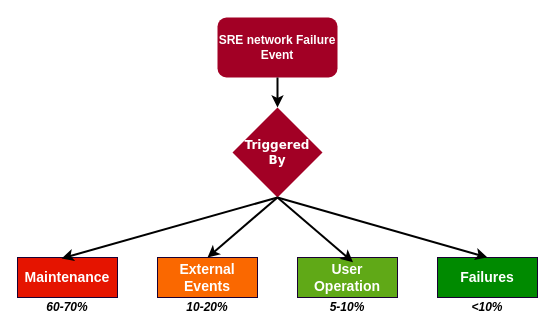
Before: network SRE event Root Cause.drawio in sugchand/drawio, a draw.io diagram. Source tidied: cells renumbered, new cells numbered last; positions are measured from the earlier drawing's top-left corner, leaving out a move shared by most shapes. Both pictures are drawn from the tidied source at 100%, with x=0, y=0 at pixel (17, 17).
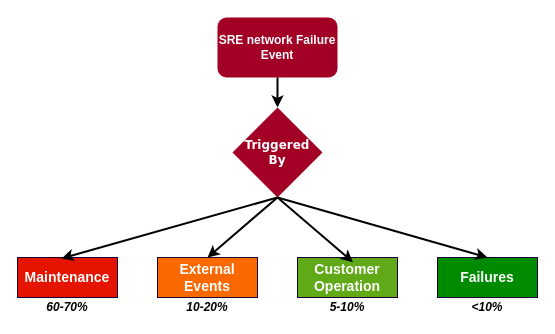
After the change.

The edit, as a diff of the source:
```diff
@@
 <mxGraphModel>
   <root>
     <mxCell id="0" />
     <mxCell id="1" parent="0" />
     <mxCell id="2" value="&lt;b&gt;SRE network Failure Event&lt;/b&gt;" style="rounded=1;whiteSpace=wrap;html=1;fillColor=#a20025;strokeColor=none;fontColor=#ffffff;" parent="1" vertex="1">
       <mxGeometry x="200" width="120" height="60" as="geometry" />
     </mxCell>
     <mxCell id="3" value="&lt;pre&gt;&lt;/pre&gt;&lt;b style=&quot;font-size: 14px&quot;&gt;&lt;p&gt;&lt;b&gt;Maintenance&lt;/b&gt;&lt;/p&gt;&lt;/b&gt;" style="rounded=0;whiteSpace=wrap;html=1;fillColor=#e51400;strokeColor=#190033;fontColor=#ffffff;align=center;" parent="1" vertex="1">
       <mxGeometry y="240" width="100" height="40" as="geometry" />
     </mxCell>
     <mxCell id="4" value="&lt;pre&gt;&lt;/pre&gt;&lt;b style=&quot;font-size: 14px&quot;&gt;&lt;p&gt;External Events&lt;/p&gt;&lt;/b&gt;" style="rounded=0;whiteSpace=wrap;html=1;fillColor=#fa6800;strokeColor=#190033;fontColor=#ffffff;align=center;" parent="1" vertex="1">
       <mxGeometry x="140" y="240" width="100" height="40" as="geometry" />
     </mxCell>
-    <mxCell id="5" value="&lt;pre&gt;&lt;/pre&gt;&lt;b style=&quot;font-size: 14px&quot;&gt;&lt;p&gt;&lt;b&gt;User Operation&lt;/b&gt;&lt;/p&gt;&lt;/b&gt;" style="rounded=0;whiteSpace=wrap;html=1;fillColor=#60a917;strokeColor=#190033;fontColor=#ffffff;align=center;" parent="1" vertex="1">
+    <mxCell id="5" value="&lt;pre&gt;&lt;/pre&gt;&lt;b style=&quot;font-size: 14px&quot;&gt;&lt;p&gt;&lt;b&gt;Customer Operation&lt;/b&gt;&lt;/p&gt;&lt;/b&gt;" style="rounded=0;whiteSpace=wrap;html=1;fillColor=#60a917;strokeColor=#190033;fontColor=#ffffff;align=center;" parent="1" vertex="1">
       <mxGeometry x="280" y="240" width="100" height="40" as="geometry" />
     </mxCell>
     <mxCell id="6" value="&lt;pre&gt;&lt;/pre&gt;&lt;b style=&quot;font-size: 14px&quot;&gt;&lt;p&gt;&lt;b&gt;Failures&lt;/b&gt;&lt;/p&gt;&lt;/b&gt;" style="rounded=0;whiteSpace=wrap;html=1;fillColor=#008a00;strokeColor=#190033;fontColor=#ffffff;align=center;" parent="1" vertex="1">
       <mxGeometry x="420" y="240" width="100" height="40" as="geometry" />
     </mxCell>
     <mxCell id="7" value="&lt;p&gt;&lt;font face=&quot;Verdana&quot;&gt;&lt;font style=&quot;font-size: 12px&quot;&gt;&lt;b&gt;Triggered&lt;br&gt;&lt;/b&gt;&lt;/font&gt;&lt;font style=&quot;font-size: 12px&quot;&gt;&lt;b&gt;By&lt;/b&gt;&lt;/font&gt;&lt;/font&gt;&lt;/p&gt;" style="rhombus;whiteSpace=wrap;html=1;fillColor=#a20025;strokeColor=none;fontColor=#ffffff;" parent="1" vertex="1">
       <mxGeometry x="215" y="90" width="90" height="90" as="geometry" />
     </mxCell>
     <mxCell id="8" style="endArrow=classic;html=1;exitX=0.5;exitY=1;exitDx=0;exitDy=0;entryX=0.5;entryY=0;entryDx=0;entryDy=0;strokeWidth=2;" parent="1" edge="1" source="2" target="7">
       <mxGeometry relative="1" as="geometry" />
     </mxCell>
     <mxCell id="9" style="endArrow=classic;html=1;entryX=0.44;entryY=0.025;entryDx=0;entryDy=0;strokeWidth=2;entryPerimeter=0;exitX=0.5;exitY=1;exitDx=0;exitDy=0;" parent="1" edge="1" source="7" target="3">
       <mxGeometry relative="1" as="geometry" />
     </mxCell>
     <mxCell id="10" style="endArrow=classic;html=1;exitX=0.5;exitY=1;exitDx=0;exitDy=0;entryX=0.5;entryY=0;entryDx=0;entryDy=0;strokeWidth=2;" parent="1" edge="1" source="7" target="4">
       <mxGeometry relative="1" as="geometry" />
     </mxCell>
     <mxCell id="11" style="endArrow=classic;html=1;exitX=0.5;exitY=1;exitDx=0;exitDy=0;entryX=0.555;entryY=0.117;entryDx=0;entryDy=0;strokeWidth=2;entryPerimeter=0;" parent="1" edge="1" source="7" target="5">
       <mxGeometry relative="1" as="geometry" />
     </mxCell>
     <mxCell id="12" style="endArrow=classic;html=1;exitX=0.5;exitY=1;exitDx=0;exitDy=0;entryX=0.5;entryY=0;entryDx=0;entryDy=0;strokeWidth=2;" parent="1" edge="1" source="7" target="6">
       <mxGeometry relative="1" as="geometry" />
     </mxCell>
     <mxCell id="13" value="&lt;b&gt;&lt;i&gt;60-70%&lt;/i&gt;&lt;/b&gt;" style="text;html=1;strokeColor=none;fillColor=none;align=center;verticalAlign=middle;whiteSpace=wrap;rounded=0;" parent="1" vertex="1">
       <mxGeometry x="25" y="280" width="50" height="20" as="geometry" />
     </mxCell>
     <mxCell id="14" value="&lt;b&gt;&lt;i&gt;10-20%&lt;/i&gt;&lt;/b&gt;" style="text;html=1;strokeColor=none;fillColor=none;align=center;verticalAlign=middle;whiteSpace=wrap;rounded=0;" parent="1" vertex="1">
       <mxGeometry x="165" y="280" width="50" height="20" as="geometry" />
     </mxCell>
     <mxCell id="15" value="&lt;b&gt;&lt;i&gt;5-10%&lt;/i&gt;&lt;/b&gt;" style="text;html=1;strokeColor=none;fillColor=none;align=center;verticalAlign=middle;whiteSpace=wrap;rounded=0;" parent="1" vertex="1">
       <mxGeometry x="305" y="280" width="50" height="20" as="geometry" />
     </mxCell>
     <mxCell id="16" value="&lt;b&gt;&lt;i&gt;&amp;lt;10%&lt;/i&gt;&lt;/b&gt;" style="text;html=1;strokeColor=none;fillColor=none;align=center;verticalAlign=middle;whiteSpace=wrap;rounded=0;" parent="1" vertex="1">
       <mxGeometry x="445" y="280" width="50" height="20" as="geometry" />
     </mxCell>
   </root>
 </mxGraphModel>
```
